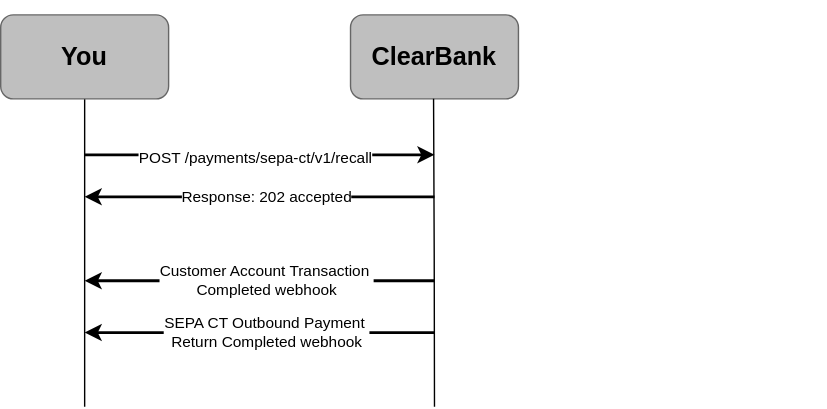
Before: static/assets/images/sepa-ct-recall-request.svg, a diagram exported from draw.io (clearbank/clearbank.github.io). Source tidied: cells renumbered, new cells last; positions are measured from the earlier drawing's top-left corner, leaving out a move shared by most shapes.
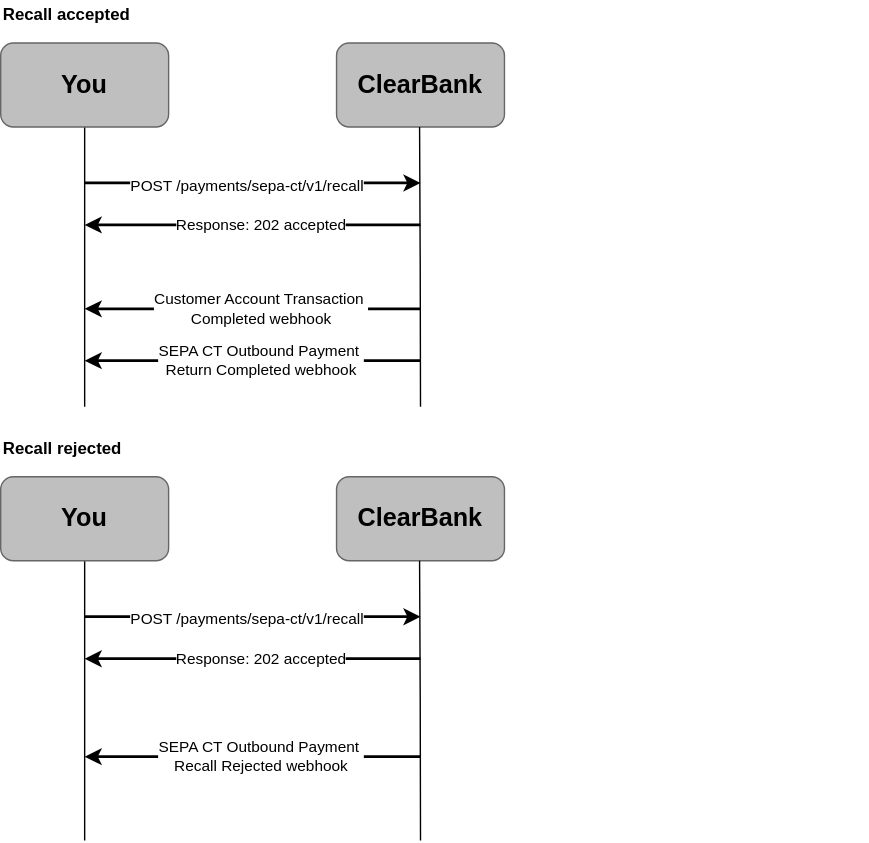
The same diagram one commit later.

Commit message:
SEPA CT update recall request diagrams

Update to documentation only, no change to API functionality.
* Updated SEPA CT recall request diagram to show received webhooks and the rejection scenario

Diff of the diagram source:
```diff
@@ -3,11 +3,11 @@
     <mxCell id="0" />
     <mxCell id="1" parent="0" />
     <mxCell id="2" value="ClearBank" style="rounded=1;whiteSpace=wrap;html=1;strokeColor=#666666;fillColor=#BFBFBF;gradientColor=none;fontFamily=Arial;fontStyle=1;fontSize=18;" parent="1" vertex="1">
-      <mxGeometry x="250" y="10" width="120" height="60" as="geometry" />
+      <mxGeometry x="240" y="10" width="120" height="60" as="geometry" />
     </mxCell>
     <mxCell id="3" style="endArrow=classic;html=1;rounded=0;strokeWidth=2;fontFamily=Arial;" parent="1" edge="1">
       <mxGeometry relative="1" as="geometry">
-        <mxPoint x="310" y="200" as="sourcePoint" />
+        <mxPoint x="300" y="200" as="sourcePoint" />
         <mxPoint x="60" y="200" as="targetPoint" />
       </mxGeometry>
     </mxCell>
@@ -18,28 +18,25 @@
     </mxCell>
     <mxCell id="5" style="edgeStyle=orthogonalEdgeStyle;rounded=0;orthogonalLoop=1;jettySize=auto;html=1;endArrow=none;endFill=0;fontFamily=Arial;" parent="1" edge="1">
       <mxGeometry relative="1" as="geometry">
-        <mxPoint x="309.3" y="70" as="sourcePoint" />
-        <mxPoint x="310" y="290" as="targetPoint" />
+        <mxPoint x="299.3" y="70" as="sourcePoint" />
+        <mxPoint x="300" y="270" as="targetPoint" />
       </mxGeometry>
     </mxCell>
     <mxCell id="6" style="edgeStyle=orthogonalEdgeStyle;rounded=0;jettySize=auto;html=1;endArrow=none;endFill=0;fontFamily=Arial;" parent="1" edge="1" source="7">
       <mxGeometry relative="1" as="geometry">
-        <mxPoint x="60" y="290" as="targetPoint" />
+        <mxPoint x="60" y="270" as="targetPoint" />
       </mxGeometry>
     </mxCell>
     <mxCell id="7" value="You" style="rounded=1;whiteSpace=wrap;html=1;strokeColor=#666666;fillColor=#BFBFBF;gradientColor=none;fontFamily=Arial;fontStyle=1;fontSize=18;" parent="1" vertex="1">
       <mxGeometry y="10" width="120" height="60" as="geometry" />
     </mxCell>
-    <mxCell id="8" style="rounded=1;whiteSpace=wrap;html=1;fillColor=none;strokeColor=none;" parent="1" vertex="1">
-      <mxGeometry x="370" y="150" width="220" height="60" as="geometry" />
-    </mxCell>
     <mxCell id="9" style="rounded=0;whiteSpace=wrap;html=1;strokeColor=none;fillColor=none;fontFamily=Arial;" parent="1" vertex="1">
       <mxGeometry x="100" width="120" height="10" as="geometry" />
     </mxCell>
     <mxCell id="10" style="endArrow=classic;html=1;rounded=0;strokeWidth=2;fontFamily=Arial;" parent="1" edge="1">
       <mxGeometry relative="1" as="geometry">
         <mxPoint x="60" y="110" as="sourcePoint" />
-        <mxPoint x="310" y="110" as="targetPoint" />
+        <mxPoint x="300" y="110" as="targetPoint" />
       </mxGeometry>
     </mxCell>
     <mxCell id="11" value="&lt;div&gt;POST /payments/sepa-ct/v1/recall&lt;/div&gt;" style="edgeLabel;html=1;align=center;verticalAlign=middle;fontFamily=Arial;" parent="10" vertex="1">
@@ -49,7 +46,7 @@
     </mxCell>
     <mxCell id="12" style="endArrow=classic;html=1;rounded=0;strokeWidth=2;fontFamily=Arial;" parent="1" edge="1">
       <mxGeometry relative="1" as="geometry">
-        <mxPoint x="310" y="140" as="sourcePoint" />
+        <mxPoint x="300" y="140" as="sourcePoint" />
         <mxPoint x="60" y="140" as="targetPoint" />
       </mxGeometry>
     </mxCell>
@@ -60,7 +57,7 @@
     </mxCell>
     <mxCell id="14" style="endArrow=classic;html=1;rounded=0;strokeWidth=2;fontFamily=Arial;" parent="1" edge="1">
       <mxGeometry relative="1" as="geometry">
-        <mxPoint x="310" y="237" as="sourcePoint" />
+        <mxPoint x="300" y="237" as="sourcePoint" />
         <mxPoint x="60" y="237" as="targetPoint" />
       </mxGeometry>
     </mxCell>
@@ -69,5 +66,64 @@
         <mxPoint x="15" as="offset" />
       </mxGeometry>
     </mxCell>
+    <mxCell id="16" value="ClearBank" style="rounded=1;whiteSpace=wrap;html=1;strokeColor=#666666;fillColor=#BFBFBF;gradientColor=none;fontFamily=Arial;fontStyle=1;fontSize=18;" parent="1" vertex="1">
+      <mxGeometry x="240" y="320" width="120" height="60" as="geometry" />
+    </mxCell>
+    <mxCell id="17" style="edgeStyle=orthogonalEdgeStyle;rounded=0;orthogonalLoop=1;jettySize=auto;html=1;endArrow=none;endFill=0;fontFamily=Arial;" parent="1" edge="1">
+      <mxGeometry relative="1" as="geometry">
+        <mxPoint x="299.3" y="380" as="sourcePoint" />
+        <mxPoint x="300" y="580" as="targetPoint" />
+      </mxGeometry>
+    </mxCell>
+    <mxCell id="18" style="edgeStyle=orthogonalEdgeStyle;rounded=0;jettySize=auto;html=1;endArrow=none;endFill=0;fontFamily=Arial;" parent="1" edge="1" source="19">
+      <mxGeometry relative="1" as="geometry">
+        <mxPoint x="60" y="580" as="targetPoint" />
+      </mxGeometry>
+    </mxCell>
+    <mxCell id="19" value="You" style="rounded=1;whiteSpace=wrap;html=1;strokeColor=#666666;fillColor=#BFBFBF;gradientColor=none;fontFamily=Arial;fontStyle=1;fontSize=18;" parent="1" vertex="1">
+      <mxGeometry y="320" width="120" height="60" as="geometry" />
+    </mxCell>
+    <mxCell id="20" style="rounded=0;whiteSpace=wrap;html=1;strokeColor=none;fillColor=none;fontFamily=Arial;" parent="1" vertex="1">
+      <mxGeometry x="500" y="130" width="120" height="10" as="geometry" />
+    </mxCell>
+    <mxCell id="21" style="endArrow=classic;html=1;rounded=0;strokeWidth=2;fontFamily=Arial;" parent="1" edge="1">
+      <mxGeometry relative="1" as="geometry">
+        <mxPoint x="60" y="420" as="sourcePoint" />
+        <mxPoint x="300" y="420" as="targetPoint" />
+      </mxGeometry>
+    </mxCell>
+    <mxCell id="22" value="&lt;div&gt;POST /payments/sepa-ct/v1/recall&lt;/div&gt;" style="edgeLabel;html=1;align=center;verticalAlign=middle;fontFamily=Arial;" parent="21" vertex="1">
+      <mxGeometry x="0.09" y="-1" relative="1" as="geometry">
+        <mxPoint x="-15" as="offset" />
+      </mxGeometry>
+    </mxCell>
+    <mxCell id="23" style="endArrow=classic;html=1;rounded=0;strokeWidth=2;fontFamily=Arial;" parent="1" edge="1">
+      <mxGeometry relative="1" as="geometry">
+        <mxPoint x="300" y="450" as="sourcePoint" />
+        <mxPoint x="60" y="450" as="targetPoint" />
+      </mxGeometry>
+    </mxCell>
+    <mxCell id="24" value="&lt;div&gt;Response: 202 accepted&lt;/div&gt;" style="edgeLabel;html=1;align=center;verticalAlign=middle;fontFamily=Arial;" parent="23" vertex="1">
+      <mxGeometry x="0.09" y="-1" relative="1" as="geometry">
+        <mxPoint x="15" as="offset" />
+      </mxGeometry>
+    </mxCell>
+    <mxCell id="25" style="endArrow=classic;html=1;rounded=0;strokeWidth=2;fontFamily=Arial;" parent="1" edge="1">
+      <mxGeometry relative="1" as="geometry">
+        <mxPoint x="300" y="520" as="sourcePoint" />
+        <mxPoint x="60" y="520" as="targetPoint" />
+      </mxGeometry>
+    </mxCell>
+    <mxCell id="26" value="SEPA CT Outbound Payment&amp;nbsp;&lt;div&gt;Recall Rejected webhook&lt;br&gt;&lt;/div&gt;" style="edgeLabel;html=1;align=center;verticalAlign=middle;fontFamily=Arial;" parent="25" vertex="1">
+      <mxGeometry x="0.09" y="-1" relative="1" as="geometry">
+        <mxPoint x="15" as="offset" />
+      </mxGeometry>
+    </mxCell>
+    <mxCell id="27" value="&lt;b&gt;Recall rejected&lt;/b&gt;" style="text;html=1;align=left;verticalAlign=middle;whiteSpace=wrap;rounded=0;" parent="1" vertex="1">
+      <mxGeometry y="290" width="140" height="20" as="geometry" />
+    </mxCell>
+    <mxCell id="28" value="&lt;b&gt;Recall accepted&lt;/b&gt;" style="text;html=1;align=left;verticalAlign=middle;whiteSpace=wrap;rounded=0;" parent="1" vertex="1">
+      <mxGeometry y="-20" width="140" height="20" as="geometry" />
+    </mxCell>
   </root>
 </mxGraphModel>
```
